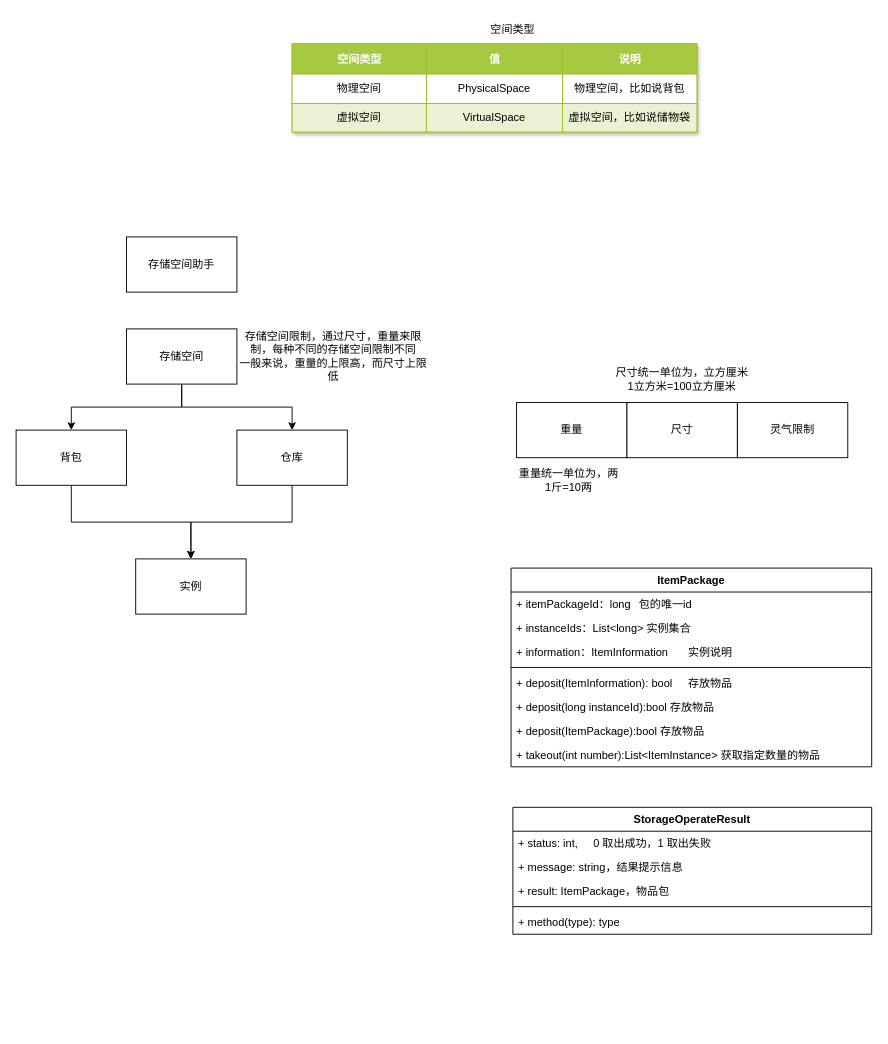
Earlier version of the draw.io diagram 存储设计.drawio (Taaaang/game_design). Source tidied: cells renumbered, new cells numbered last; positions are measured from the earlier drawing's top-left corner, leaving out a move shared by most shapes. Both pictures are drawn from the tidied source at 92%, with x=0, y=0 at pixel (16, 16).
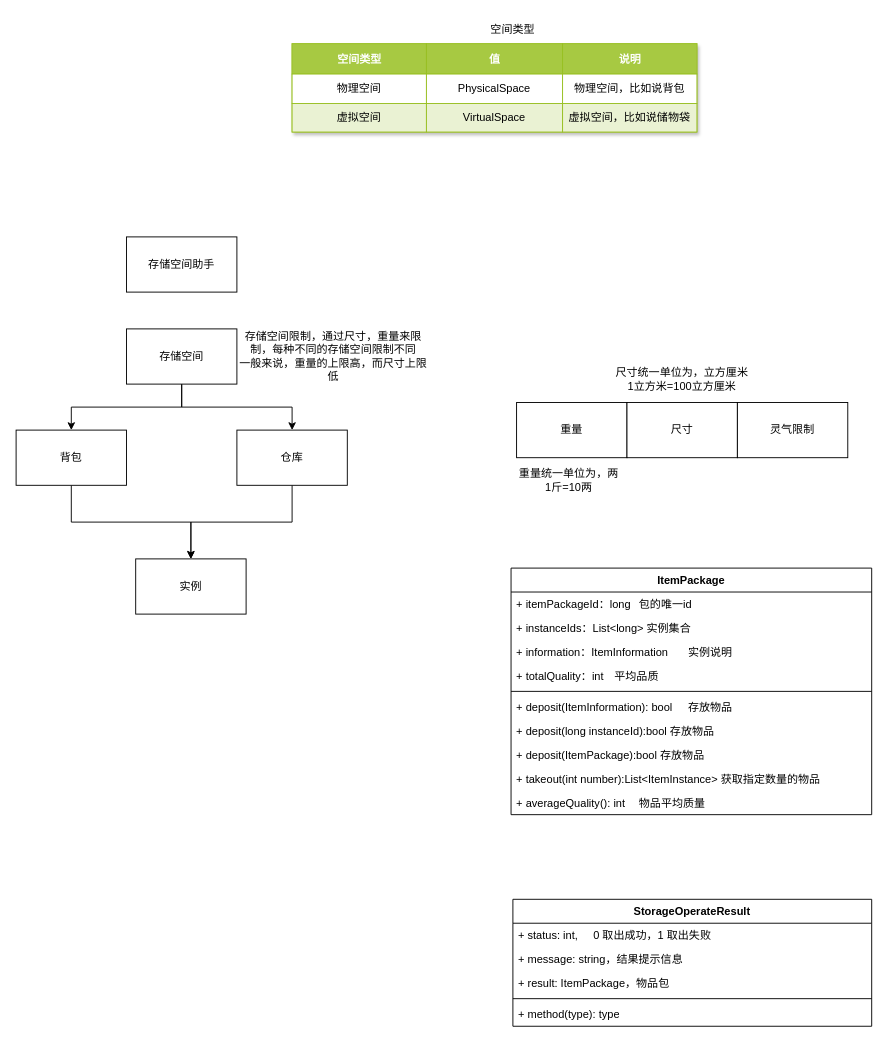
Above is the later version.

Commit message:
更新存储设计.drawio

Diff of the diagram source:
```diff
@@
     <mxCell id="16" value="StorageOperateResult" style="swimlane;fontStyle=1;align=center;verticalAlign=top;horizontal=1;startSize=26;whiteSpace=wrap;html=1;" parent="1" vertex="1">
-      <mxGeometry x="540" y="860" width="390" height="138" as="geometry" />
+      <mxGeometry x="540" y="960" width="390" height="138" as="geometry" />
     </mxCell>
@@
     <mxCell id="22" value="ItemPackage" style="swimlane;fontStyle=1;align=center;verticalAlign=top;horizontal=1;startSize=26;whiteSpace=wrap;html=1;" parent="1" vertex="1">
-      <mxGeometry x="538" y="600" width="392" height="216" as="geometry" />
+      <mxGeometry x="538" y="600" width="392" height="268" as="geometry" />
     </mxCell>
@@
+    <mxCell id="47" value="+ totalQuality：int&lt;span style=&quot;white-space: pre;&quot;&gt;&#9;&lt;/span&gt;平均品质" style="text;strokeColor=none;fillColor=none;align=left;verticalAlign=top;spacingLeft=4;spacingRight=4;overflow=hidden;whiteSpace=wrap;html=1;" parent="22" vertex="1">
+      <mxGeometry y="104" width="392" height="26" as="geometry" />
+    </mxCell>
     <mxCell id="26" style="line;strokeWidth=1;fillColor=none;align=left;verticalAlign=middle;spacingTop=-1;spacingLeft=3;spacingRight=3;labelPosition=right;strokeColor=inherit;" parent="22" vertex="1">
-      <mxGeometry y="104" width="392" height="8" as="geometry" />
+      <mxGeometry y="130" width="392" height="8" as="geometry" />
     </mxCell>
     <mxCell id="27" value="+ deposit(ItemInformation): bool&lt;span style=&quot;white-space: pre;&quot;&gt;&#9;&lt;/span&gt;存放物品" style="text;strokeColor=none;fillColor=none;align=left;verticalAlign=top;spacingLeft=4;spacingRight=4;overflow=hidden;whiteSpace=wrap;html=1;" parent="22" vertex="1">
-      <mxGeometry y="112" width="392" height="26" as="geometry" />
+      <mxGeometry y="138" width="392" height="26" as="geometry" />
     </mxCell>
     <mxCell id="28" value="+ deposit(long instanceId):bool 存放物品" style="text;strokeColor=none;fillColor=none;align=left;verticalAlign=top;spacingLeft=4;spacingRight=4;overflow=hidden;whiteSpace=wrap;html=1;" parent="22" vertex="1">
-      <mxGeometry y="138" width="392" height="26" as="geometry" />
+      <mxGeometry y="164" width="392" height="26" as="geometry" />
     </mxCell>
     <mxCell id="29" value="+ deposit(ItemPackage):bool 存放物品" style="text;strokeColor=none;fillColor=none;align=left;verticalAlign=top;spacingLeft=4;spacingRight=4;overflow=hidden;whiteSpace=wrap;html=1;" parent="22" vertex="1">
-      <mxGeometry y="164" width="392" height="26" as="geometry" />
+      <mxGeometry y="190" width="392" height="26" as="geometry" />
     </mxCell>
     <mxCell id="30" value="+&amp;nbsp;takeout(int number):List&amp;lt;ItemInstance&amp;gt; 获取指定数量的物品" style="text;strokeColor=none;fillColor=none;align=left;verticalAlign=top;spacingLeft=4;spacingRight=4;overflow=hidden;whiteSpace=wrap;html=1;" parent="22" vertex="1">
-      <mxGeometry y="190" width="392" height="26" as="geometry" />
+      <mxGeometry y="216" width="392" height="26" as="geometry" />
     </mxCell>
+    <mxCell id="48" value="+ averageQuality(): int&amp;nbsp;&lt;span style=&quot;white-space: pre;&quot;&gt;&#9;&lt;/span&gt;物品平均质量" style="text;strokeColor=none;fillColor=none;align=left;verticalAlign=top;spacingLeft=4;spacingRight=4;overflow=hidden;whiteSpace=wrap;html=1;" parent="22" vertex="1">
+      <mxGeometry y="242" width="392" height="26" as="geometry" />
+    </mxCell>
```
